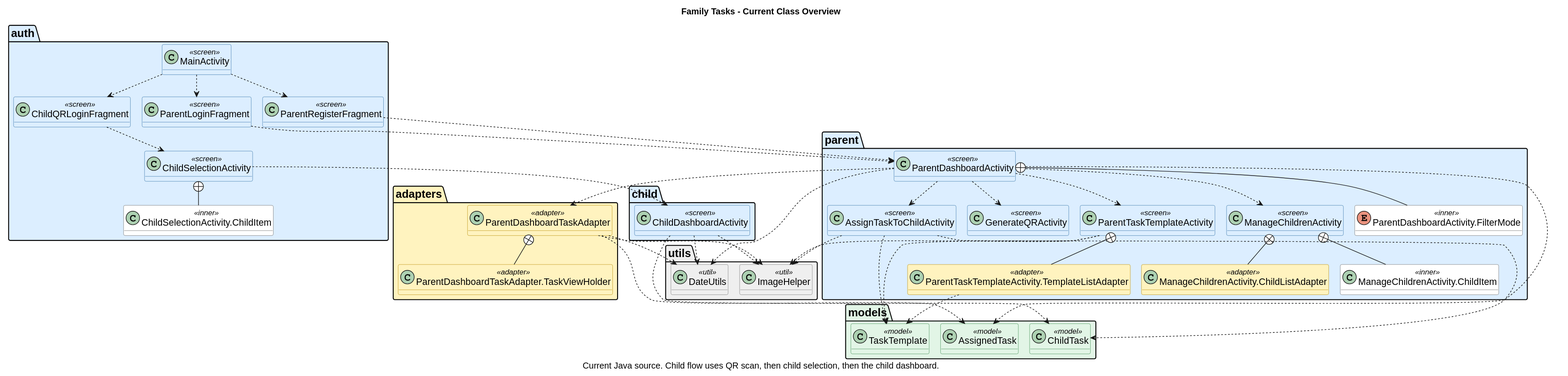
Earlier version of the PlantUML export docs/uml/images/family_tasks_full_overview.svg (Roeip2000/Family_Tasks_Proj).
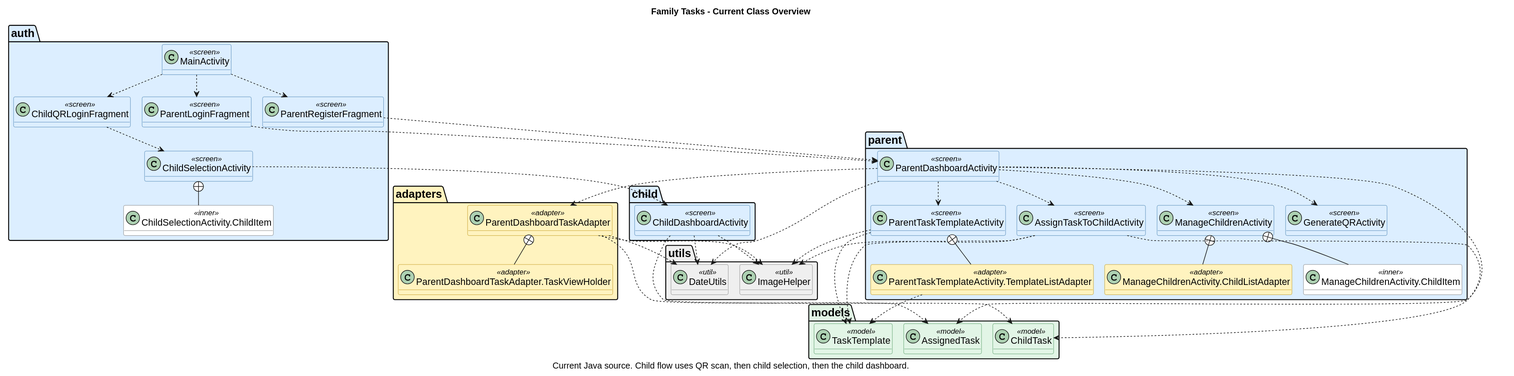
After the change.

Change to the diagram source:
```diff
@@ -37,7 +37,6 @@
 class GenerateQRActivity <<screen>>
 class AssignTaskToChildActivity <<screen>>
 class ParentTaskTemplateActivity <<screen>>
-enum "ParentDashboardActivity.FilterMode" as ParentFilterMode <<inner>>
 class "ManageChildrenActivity.ChildItem" as ManageChildItem <<inner>>
 class "ManageChildrenActivity.ChildListAdapter" as ChildListAdapter <<adapter>>
 class "ParentTaskTemplateActivity.TemplateListAdapter" as TemplateListAdapter <<adapter>>
@@ -80,7 +79,6 @@
 ParentDashboardActivity ..> AssignTaskToChildActivity
 ParentDashboardActivity ..> GenerateQRActivity
 ParentDashboardActivity ..> DateUtils
-ParentDashboardActivity +-- ParentFilterMode
 
 ManageChildrenActivity +-- ChildListAdapter
 ManageChildrenActivity +-- ManageChildItem
```
